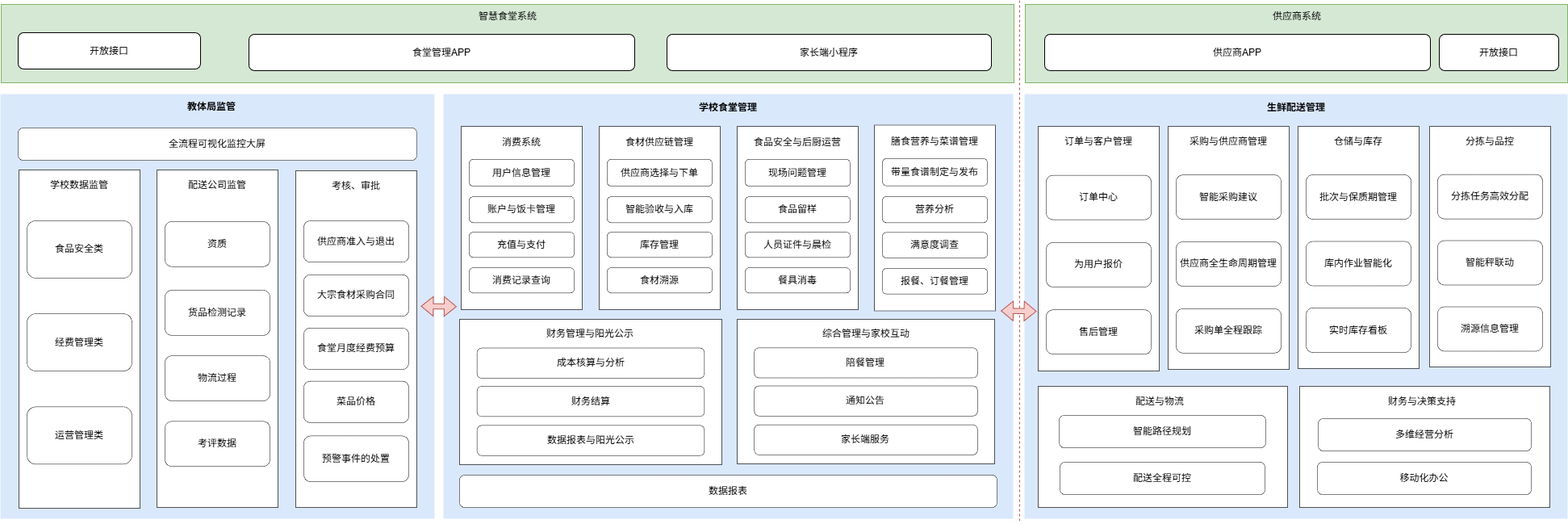
Earlier version of the draw.io export 阳光食堂.drawio.png (liolay/draw). Source tidied: cells renumbered, new cells last; positions are measured from the earlier drawing's top-left corner, leaving out a move shared by most shapes.
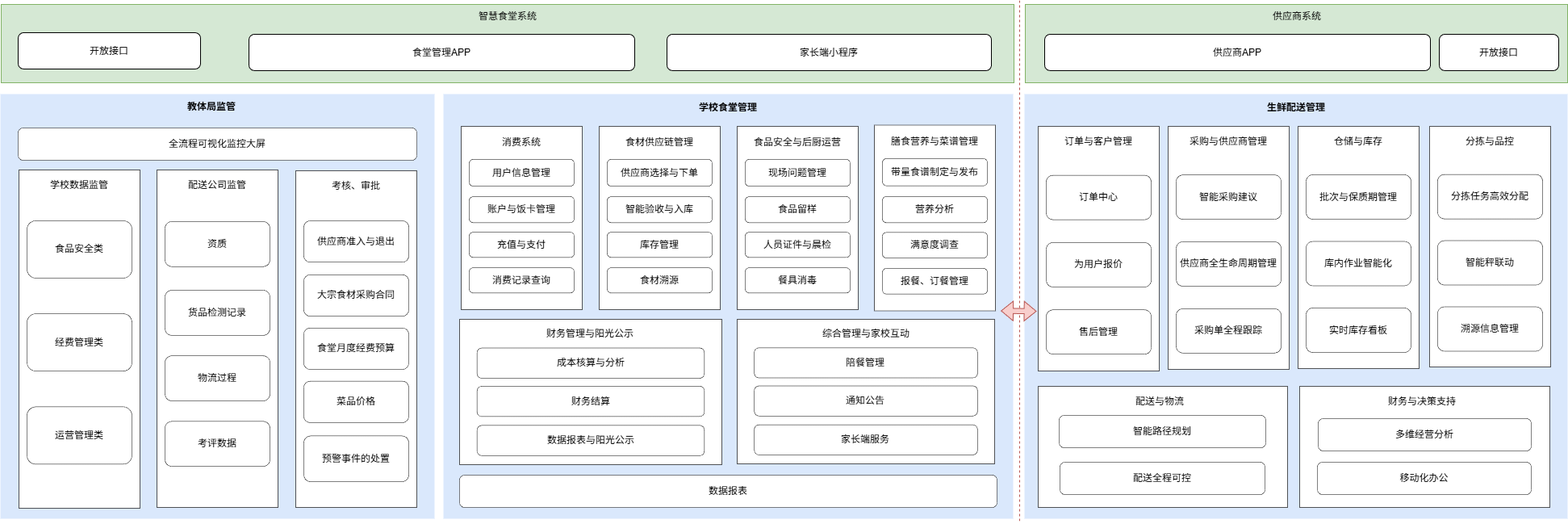
After the commit.

Commit message:
更新阳光食堂.drawio.png

Change to the diagram source:
```diff
@@ -335,11 +335,5 @@
         <mxPoint x="1284" y="385" as="targetPoint" />
       </mxGeometry>
     </mxCell>
-    <mxCell id="111" style="shape=flexArrow;endArrow=classic;startArrow=classic;html=1;rounded=0;fillColor=#f8cecc;strokeColor=#b85450;width=6.428571428571429;endSize=4.628571428571429;startWidth=16.83673469387755;startSize=4.628571428571429;endWidth=16.83673469387755;" parent="1" edge="1">
-      <mxGeometry relative="1" as="geometry">
-        <mxPoint x="521" y="378.8" as="sourcePoint" />
-        <mxPoint x="565.3" y="379.2" as="targetPoint" />
-      </mxGeometry>
-    </mxCell>
   </root>
 </mxGraphModel>
```
